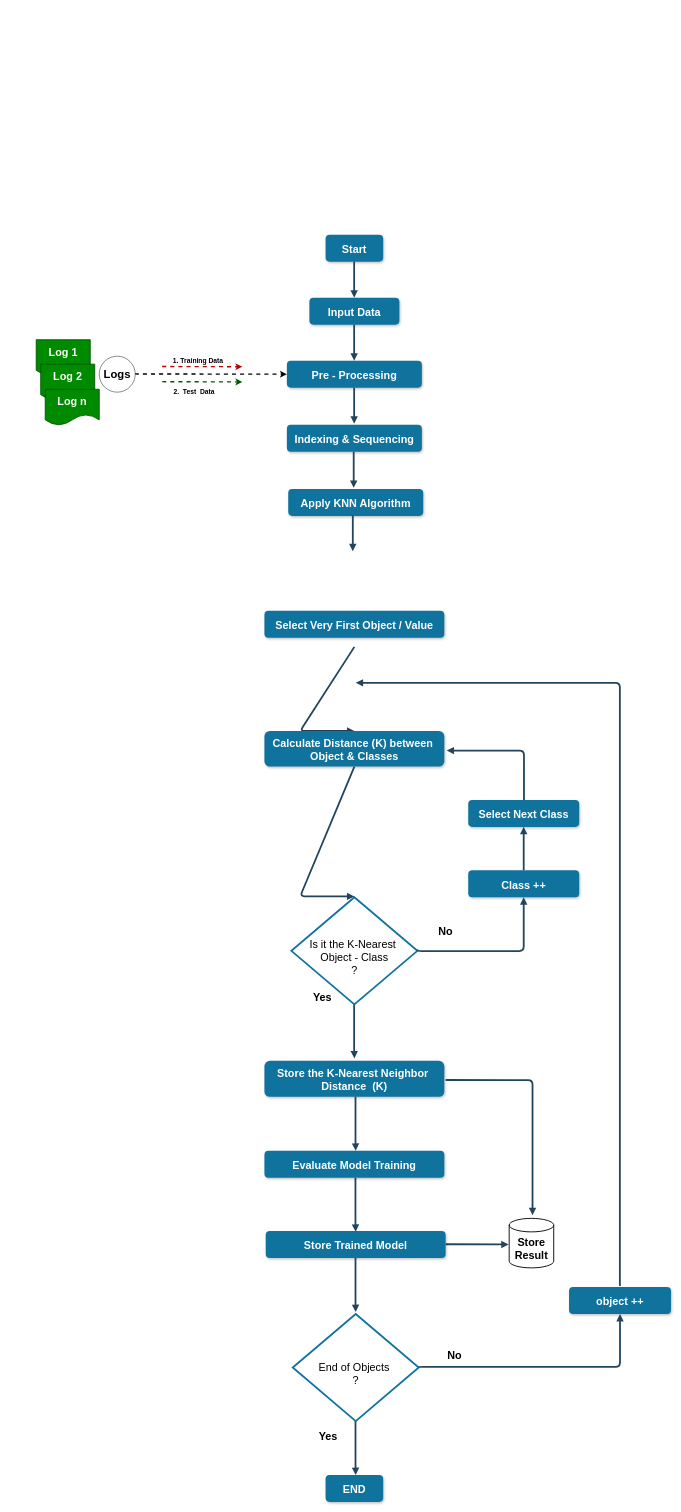
Before: KNN.drawio in Sjbill/Vishal-Deepfake-Dataset, a draw.io diagram. Source tidied: cells renumbered, new cells numbered last; positions are measured from the earlier drawing's top-left corner, leaving out a move shared by most shapes. Both pictures are drawn from the tidied source at 45%, with x=0, y=0 at pixel (36, 234).
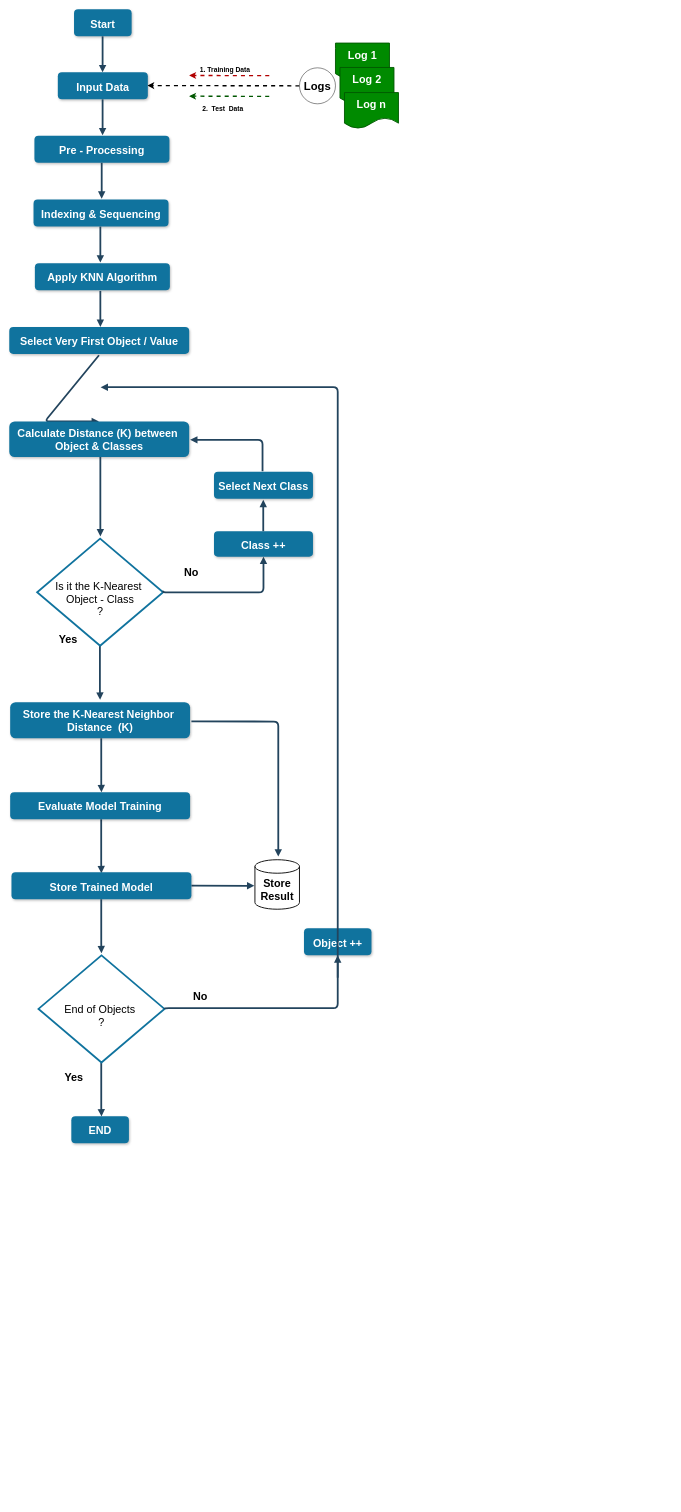
The same diagram, later.

The edit, as a diff of the source:
```diff
@@
     <mxCell id="2" value="Apply KNN Algorithm" style="rounded=1;fillColor=#10739E;strokeColor=none;shadow=1;gradientColor=none;fontStyle=1;fontColor=#FFFFFF;fontSize=24;" parent="1" vertex="1">
-      <mxGeometry x="560" y="565" width="300" height="60" as="geometry" />
+      <mxGeometry x="-3" y="63.5" width="300" height="60" as="geometry" />
     </mxCell>
     <mxCell id="3" value="Select Very First Object / Value" style="rounded=1;fillColor=#10739E;strokeColor=none;shadow=1;gradientColor=none;fontStyle=1;fontColor=#FFFFFF;fontSize=24;" parent="1" vertex="1">
-      <mxGeometry x="507.1" y="836" width="399.8" height="60" as="geometry" />
+      <mxGeometry x="-59.9" y="205" width="399.8" height="60" as="geometry" />
     </mxCell>
     <mxCell id="4" style="edgeStyle=elbowEdgeStyle;elbow=vertical;strokeWidth=4;endArrow=block;endFill=1;fontStyle=1;strokeColor=#23445D;fontSize=24;" parent="1" edge="1">
       <mxGeometry x="22" y="165.5" as="geometry">
-        <mxPoint x="707" y="916" as="sourcePoint" />
-        <mxPoint x="707" y="1103" as="targetPoint" />
+        <mxPoint x="139.5" y="268" as="sourcePoint" />
+        <mxPoint x="139.5" y="415" as="targetPoint" />
         <Array as="points">
-          <mxPoint x="586.5" y="1103" />
+          <mxPoint x="19" y="415" />
         </Array>
       </mxGeometry>
     </mxCell>
     <mxCell id="5" value="&lt;b style=&quot;font-size: 24px;&quot;&gt;Log 1&lt;/b&gt;" style="shape=document;whiteSpace=wrap;html=1;boundedLbl=1;strokeWidth=2;fontSize=24;fillColor=#008a00;fontColor=#ffffff;strokeColor=#005700;" parent="1" vertex="1">
-      <mxGeometry y="233.5" width="120" height="80" as="geometry" />
+      <mxGeometry x="665" y="-425.8" width="120" height="80" as="geometry" />
     </mxCell>
     <mxCell id="6" value="&lt;b style=&quot;font-size: 24px;&quot;&gt;Log 2&lt;/b&gt;" style="shape=document;whiteSpace=wrap;html=1;boundedLbl=1;strokeWidth=2;fontSize=24;fillColor=#008a00;fontColor=#ffffff;strokeColor=#005700;" parent="1" vertex="1">
-      <mxGeometry x="10" y="287.7" width="120" height="80" as="geometry" />
+      <mxGeometry x="675" y="-371.6" width="120" height="80" as="geometry" />
     </mxCell>
     <mxCell id="7" style="endArrow=classic;html=1;rounded=0;entryX=1;entryY=0.5;entryDx=0;entryDy=0;dashed=1;strokeWidth=3;fontSize=24;" parent="1" edge="1">
       <mxGeometry relative="1" as="geometry">
-        <mxPoint x="219" y="309.5" as="sourcePoint" />
-        <mxPoint x="557" y="310" as="targetPoint" />
+        <mxPoint x="585" y="-330.8" as="sourcePoint" />
+        <mxPoint x="247" y="-331.3" as="targetPoint" />
       </mxGeometry>
     </mxCell>
     <mxCell id="8" value="Input Data" style="rounded=1;fillColor=#10739E;strokeColor=none;shadow=1;gradientColor=none;fontStyle=1;fontColor=#FFFFFF;fontSize=24;" parent="1" vertex="1">
-      <mxGeometry x="607" y="140" width="200" height="60" as="geometry" />
+      <mxGeometry x="48" y="-360.8" width="200" height="60" as="geometry" />
     </mxCell>
     <mxCell id="9" style="edgeStyle=elbowEdgeStyle;elbow=vertical;strokeWidth=4;endArrow=block;endFill=1;fontStyle=1;strokeColor=#23445D;fontSize=24;" parent="1" edge="1">
       <mxGeometry x="22" y="165.5" as="geometry">
-        <mxPoint x="706.5" y="200" as="sourcePoint" />
-        <mxPoint x="706.5" y="280" as="targetPoint" />
+        <mxPoint x="147.5" y="-300.8" as="sourcePoint" />
+        <mxPoint x="147.5" y="-220.8" as="targetPoint" />
       </mxGeometry>
     </mxCell>
     <mxCell id="10" value="Start" style="rounded=1;fillColor=#10739E;strokeColor=none;shadow=1;gradientColor=none;fontStyle=1;fontColor=#FFFFFF;fontSize=24;" parent="1" vertex="1">
-      <mxGeometry x="643" width="128" height="60" as="geometry" />
+      <mxGeometry x="84" y="-500.8" width="128" height="60" as="geometry" />
     </mxCell>
     <mxCell id="11" style="edgeStyle=elbowEdgeStyle;elbow=vertical;strokeWidth=4;endArrow=block;endFill=1;fontStyle=1;strokeColor=#23445D;fontSize=24;" parent="1" edge="1">
       <mxGeometry x="22" y="165.5" as="geometry">
-        <mxPoint x="706.5" y="60" as="sourcePoint" />
-        <mxPoint x="706.5" y="140" as="targetPoint" />
+        <mxPoint x="147.5" y="-440.8" as="sourcePoint" />
+        <mxPoint x="147.5" y="-360.8" as="targetPoint" />
       </mxGeometry>
     </mxCell>
     <mxCell id="12" style="edgeStyle=elbowEdgeStyle;elbow=vertical;strokeWidth=4;endArrow=block;endFill=1;fontStyle=1;strokeColor=#23445D;fontSize=24;" parent="1" edge="1">
       <mxGeometry x="22" y="165.5" as="geometry">
-        <mxPoint x="706.5" y="1710.5" as="sourcePoint" />
-        <mxPoint x="707" y="1830.5" as="targetPoint" />
+        <mxPoint x="141.5" y="913.5" as="sourcePoint" />
+        <mxPoint x="142" y="1033.5" as="targetPoint" />
         <Array as="points">
-          <mxPoint x="695" y="1810.5" />
+          <mxPoint x="130" y="1013.5" />
         </Array>
       </mxGeometry>
     </mxCell>
     <mxCell id="13" value="&lt;b style=&quot;font-size: 24px;&quot;&gt;Yes&lt;/b&gt;" style="text;html=1;align=center;verticalAlign=middle;whiteSpace=wrap;rounded=0;fontSize=24;" parent="1" vertex="1">
-      <mxGeometry x="606" y="1680.5" width="60" height="30" as="geometry" />
+      <mxGeometry x="41" y="883.5" width="60" height="30" as="geometry" />
     </mxCell>
     <mxCell id="14" value="&lt;b style=&quot;font-size: 24px;&quot;&gt;No&lt;/b&gt;" style="text;html=1;align=center;verticalAlign=middle;whiteSpace=wrap;rounded=0;fontSize=24;" parent="1" vertex="1">
-      <mxGeometry x="880" y="1533" width="60" height="30" as="geometry" />
+      <mxGeometry x="315" y="736" width="60" height="30" as="geometry" />
     </mxCell>
     <mxCell id="15" value="&lt;b style=&quot;font-size: 24px;&quot;&gt;Log n&lt;/b&gt;" style="shape=document;whiteSpace=wrap;html=1;boundedLbl=1;strokeWidth=2;fontSize=24;fillColor=#008a00;fontColor=#ffffff;strokeColor=#005700;" parent="1" vertex="1">
-      <mxGeometry x="20" y="343.5" width="120" height="80" as="geometry" />
+      <mxGeometry x="685" y="-315.8" width="120" height="80" as="geometry" />
     </mxCell>
     <mxCell id="16" value="&lt;div&gt;&lt;br&gt;&lt;/div&gt;&lt;div&gt;Is it the K-Nearest&amp;nbsp;&lt;/div&gt;&lt;div&gt;Object - Class&lt;/div&gt;&lt;div&gt;?&lt;/div&gt;" style="rhombus;whiteSpace=wrap;html=1;strokeWidth=4;strokeColor=#10739E;fontSize=24;" parent="1" vertex="1">
-      <mxGeometry x="567" y="1472.5" width="280" height="238" as="geometry" />
+      <mxGeometry x="2" y="675.5" width="280" height="238" as="geometry" />
     </mxCell>
     <mxCell id="17" style="edgeStyle=elbowEdgeStyle;elbow=vertical;strokeWidth=4;endArrow=block;endFill=1;fontStyle=1;strokeColor=#23445D;fontSize=24;" parent="1" edge="1">
       <mxGeometry x="22" y="165.5" as="geometry">
-        <mxPoint x="709.4" y="2096" as="sourcePoint" />
-        <mxPoint x="709.9" y="2216" as="targetPoint" />
+        <mxPoint x="144.4" y="1299" as="sourcePoint" />
+        <mxPoint x="144.9" y="1419" as="targetPoint" />
         <Array as="points">
-          <mxPoint x="697.9" y="2196" />
+          <mxPoint x="132.9" y="1399" />
         </Array>
       </mxGeometry>
     </mxCell>
     <mxCell id="18" style="edgeStyle=elbowEdgeStyle;elbow=vertical;strokeWidth=4;endArrow=block;endFill=1;fontStyle=1;strokeColor=#23445D;fontSize=24;" parent="1" edge="1">
       <mxGeometry x="22" y="165.5" as="geometry">
-        <mxPoint x="703.5" y="623.5" as="sourcePoint" />
-        <mxPoint x="703.5" y="703.5" as="targetPoint" />
+        <mxPoint x="142.5" y="125" as="sourcePoint" />
+        <mxPoint x="142.5" y="205" as="targetPoint" />
       </mxGeometry>
     </mxCell>
     <mxCell id="19" value="&lt;b style=&quot;font-size: 24px;&quot;&gt;Store Result&lt;/b&gt;" style="shape=cylinder3;whiteSpace=wrap;html=1;boundedLbl=1;backgroundOutline=1;size=15;strokeWidth=2;fontSize=24;" parent="1" vertex="1">
-      <mxGeometry x="1051" y="2186" width="99" height="110" as="geometry" />
+      <mxGeometry x="486" y="1389" width="99" height="110" as="geometry" />
     </mxCell>
     <mxCell id="20" style="edgeStyle=elbowEdgeStyle;elbow=vertical;strokeWidth=4;endArrow=block;endFill=1;fontStyle=1;strokeColor=#23445D;fontSize=24;" parent="1" edge="1">
       <mxGeometry x="22" y="165.5" as="geometry">
-        <mxPoint x="909.8" y="2243.5" as="sourcePoint" />
-        <mxPoint x="1049.8" y="2243.5" as="targetPoint" />
+        <mxPoint x="344.8" y="1446.5" as="sourcePoint" />
+        <mxPoint x="484.8" y="1446.5" as="targetPoint" />
       </mxGeometry>
     </mxCell>
     <mxCell id="21" value="&lt;b&gt;&lt;font style=&quot;font-size: 25px;&quot;&gt;Logs&lt;/font&gt;&lt;/b&gt;" style="ellipse;whiteSpace=wrap;html=1;" parent="1" vertex="1">
-      <mxGeometry x="140" y="270" width="80" height="80" as="geometry" />
+      <mxGeometry x="585" y="-370.8" width="80" height="80" as="geometry" />
     </mxCell>
     <mxCell id="22" style="edgeStyle=elbowEdgeStyle;elbow=vertical;strokeWidth=4;endArrow=block;endFill=1;fontStyle=1;strokeColor=#23445D;fontSize=24;exitX=1;exitY=0.5;exitDx=0;exitDy=0;entryX=0.5;entryY=1;entryDx=0;entryDy=0;" parent="1" edge="1" target="37">
       <mxGeometry x="22" y="165.5" as="geometry">
-        <mxPoint x="847" y="1588.5" as="sourcePoint" />
+        <mxPoint x="282" y="791.5" as="sourcePoint" />
         <Array as="points">
-          <mxPoint x="1082" y="1592" />
+          <mxPoint x="517" y="795" />
         </Array>
       </mxGeometry>
     </mxCell>
     <mxCell id="23" value="Calculate Distance (K) between &#10;Object &amp; Classes" style="rounded=1;fillColor=#10739E;strokeColor=none;shadow=1;gradientColor=none;fontStyle=1;fontColor=#FFFFFF;fontSize=24;" parent="1" vertex="1">
-      <mxGeometry x="507.1" y="1103" width="399.8" height="79" as="geometry" />
+      <mxGeometry x="-59.9" y="415" width="399.8" height="79" as="geometry" />
     </mxCell>
-    <mxCell id="24" style="edgeStyle=elbowEdgeStyle;elbow=vertical;strokeWidth=4;endArrow=block;endFill=1;fontStyle=1;strokeColor=#23445D;fontSize=24;exitX=0.5;exitY=1;exitDx=0;exitDy=0;" parent="1" edge="1" source="23">
+    <mxCell id="24" style="edgeStyle=elbowEdgeStyle;elbow=vertical;strokeWidth=4;endArrow=block;endFill=1;fontStyle=1;strokeColor=#23445D;fontSize=24;" parent="1" edge="1">
       <mxGeometry x="22" y="165.5" as="geometry">
-        <mxPoint x="707" y="1470.5" as="targetPoint" />
+        <mxPoint x="142.5" y="494" as="sourcePoint" />
+        <mxPoint x="143" y="670.5" as="targetPoint" />
         <Array as="points">
-          <mxPoint x="586.5" y="1470.5" />
+          <mxPoint x="22.5" y="670.5" />
         </Array>
       </mxGeometry>
     </mxCell>
     <mxCell id="25" value="Evaluate Model Training" style="rounded=1;fillColor=#10739E;strokeColor=none;shadow=1;gradientColor=none;fontStyle=1;fontColor=#FFFFFF;fontSize=24;" parent="1" vertex="1">
-      <mxGeometry x="507.1" y="2036" width="399.8" height="60" as="geometry" />
+      <mxGeometry x="-57.9" y="1239" width="399.8" height="60" as="geometry" />
     </mxCell>
     <mxCell id="26" value="Store Trained Model" style="rounded=1;fillColor=#10739E;strokeColor=none;shadow=1;gradientColor=none;fontStyle=1;fontColor=#FFFFFF;fontSize=24;" parent="1" vertex="1">
-      <mxGeometry x="510" y="2214" width="399.8" height="60" as="geometry" />
+      <mxGeometry x="-55" y="1417" width="399.8" height="60" as="geometry" />
     </mxCell>
-    <mxCell id="27" style="edgeStyle=elbowEdgeStyle;elbow=vertical;strokeWidth=4;endArrow=block;endFill=1;fontStyle=1;strokeColor=#23445D;fontSize=24;" parent="1" edge="1">
+    <mxCell id="27" style="edgeStyle=elbowEdgeStyle;elbow=vertical;strokeWidth=4;endArrow=block;endFill=1;fontStyle=1;strokeColor=#23445D;fontSize=24;exitX=0.5;exitY=0;exitDx=0;exitDy=0;" parent="1" edge="1">
       <mxGeometry x="22" y="165.5" as="geometry">
-        <mxPoint x="1083.9" y="1256" as="sourcePoint" />
-        <mxPoint x="912" y="1146.5" as="targetPoint" />
+        <mxPoint x="502.9" y="526" as="sourcePoint" />
+        <mxPoint x="341.9" y="456" as="targetPoint" />
         <Array as="points">
-          <mxPoint x="1052" y="1146.5" />
+          <mxPoint x="432.9" y="456" />
         </Array>
       </mxGeometry>
     </mxCell>
     <mxCell id="28" value="Pre - Processing" style="rounded=1;fillColor=#10739E;strokeColor=none;shadow=1;gradientColor=none;fontStyle=1;fontColor=#FFFFFF;fontSize=24;" parent="1" vertex="1">
-      <mxGeometry x="557" y="280" width="300" height="60" as="geometry" />
+      <mxGeometry x="-4" y="-219.8" width="300" height="60" as="geometry" />
     </mxCell>
     <mxCell id="29" style="edgeStyle=elbowEdgeStyle;elbow=vertical;strokeWidth=4;endArrow=block;endFill=1;fontStyle=1;strokeColor=#23445D;fontSize=24;" parent="1" edge="1">
       <mxGeometry x="22" y="165.5" as="geometry">
-        <mxPoint x="706.5" y="340" as="sourcePoint" />
-        <mxPoint x="706.5" y="420" as="targetPoint" />
+        <mxPoint x="145.5" y="-159.8" as="sourcePoint" />
+        <mxPoint x="145.5" y="-79.8" as="targetPoint" />
       </mxGeometry>
     </mxCell>
     <mxCell id="30" value="Indexing &amp; Sequencing" style="rounded=1;fillColor=#10739E;strokeColor=none;shadow=1;gradientColor=none;fontStyle=1;fontColor=#FFFFFF;fontSize=24;" parent="1" vertex="1">
-      <mxGeometry x="557" y="422.5" width="300" height="60" as="geometry" />
+      <mxGeometry x="-6" y="-78" width="300" height="60" as="geometry" />
     </mxCell>
     <mxCell id="31" value="&lt;font style=&quot;font-size: 15px;&quot;&gt;1. Training Data&lt;/font&gt;" style="text;html=1;align=center;verticalAlign=middle;whiteSpace=wrap;rounded=0;fontStyle=1;" parent="1" vertex="1">
-      <mxGeometry x="280" y="260" width="160" height="40" as="geometry" />
+      <mxGeometry x="339.9" y="-386.8" width="160" height="40" as="geometry" />
     </mxCell>
+    <mxCell id="33" style="endArrow=classic;html=1;rounded=0;entryX=1;entryY=0.5;entryDx=0;entryDy=0;dashed=1;strokeWidth=3;fontSize=24;fillColor=#e51400;strokeColor=#B20000;" parent="1" edge="1">
+      <mxGeometry relative="1" as="geometry">
+        <mxPoint x="517.9" y="-353.3" as="sourcePoint" />
+        <mxPoint x="339.9" y="-353.8" as="targetPoint" />
+      </mxGeometry>
+    </mxCell>
     <mxCell id="32" value="&lt;font style=&quot;font-size: 15px;&quot;&gt;2.&amp;nbsp; Test&amp;nbsp; Data&lt;/font&gt;" style="text;html=1;align=center;verticalAlign=middle;whiteSpace=wrap;rounded=0;fontStyle=1;" parent="1" vertex="1">
-      <mxGeometry x="271" y="327.7" width="160" height="40" as="geometry" />
+      <mxGeometry x="335" y="-300.8" width="160" height="40" as="geometry" />
     </mxCell>
-    <mxCell id="33" style="endArrow=classic;html=1;rounded=0;entryX=1;entryY=0.5;entryDx=0;entryDy=0;dashed=1;strokeWidth=3;fontSize=24;fillColor=#e51400;strokeColor=#B20000;" parent="1" edge="1">
-      <mxGeometry relative="1" as="geometry">
-        <mxPoint x="280" y="293" as="sourcePoint" />
-        <mxPoint x="458" y="293.5" as="targetPoint" />
-      </mxGeometry>
-    </mxCell>
     <mxCell id="34" style="endArrow=classic;html=1;rounded=0;entryX=1;entryY=0.5;entryDx=0;entryDy=0;dashed=1;strokeWidth=3;fontSize=24;fillColor=#008a00;strokeColor=#005700;" parent="1" edge="1">
       <mxGeometry relative="1" as="geometry">
-        <mxPoint x="280" y="326.7" as="sourcePoint" />
-        <mxPoint x="458" y="327.2" as="targetPoint" />
+        <mxPoint x="517.8" y="-307.3" as="sourcePoint" />
+        <mxPoint x="339.8" y="-307.8" as="targetPoint" />
       </mxGeometry>
     </mxCell>
     <mxCell id="35" style="edgeStyle=elbowEdgeStyle;elbow=vertical;strokeWidth=4;endArrow=block;endFill=1;fontStyle=1;strokeColor=#23445D;fontSize=24;" parent="1" edge="1">
       <mxGeometry x="22" y="165.5" as="geometry">
-        <mxPoint x="705.5" y="482.5" as="sourcePoint" />
-        <mxPoint x="705.5" y="562.5" as="targetPoint" />
+        <mxPoint x="142.5" y="-18" as="sourcePoint" />
+        <mxPoint x="142.5" y="62" as="targetPoint" />
       </mxGeometry>
     </mxCell>
-    <mxCell id="36" value="Select Next Class" style="rounded=1;fillColor=#10739E;strokeColor=none;shadow=1;gradientColor=none;fontStyle=1;fontColor=#FFFFFF;fontSize=24;" parent="1" vertex="1">
-      <mxGeometry x="960" y="1256" width="246.6" height="60" as="geometry" />
-    </mxCell>
     <mxCell id="37" value="Class ++" style="rounded=1;fillColor=#10739E;strokeColor=none;shadow=1;gradientColor=none;fontStyle=1;fontColor=#FFFFFF;fontSize=24;" parent="1" vertex="1">
-      <mxGeometry x="960" y="1412.5" width="246.6" height="60" as="geometry" />
+      <mxGeometry x="395" y="659" width="220" height="56.5" as="geometry" />
     </mxCell>
-    <mxCell id="38" style="edgeStyle=elbowEdgeStyle;elbow=vertical;strokeWidth=4;endArrow=block;endFill=1;fontStyle=1;strokeColor=#23445D;fontSize=24;entryX=0.5;entryY=1;entryDx=0;entryDy=0;exitX=0.5;exitY=0;exitDx=0;exitDy=0;" parent="1" edge="1" source="37" target="36">
-      <mxGeometry x="22" y="165.5" as="geometry" />
-    </mxCell>
     <mxCell id="39" value="&#10;Store the K-Nearest Neighbor &#10;Distance  (K)&#10; " style="rounded=1;fillColor=#10739E;strokeColor=none;shadow=1;gradientColor=none;fontStyle=1;fontColor=#FFFFFF;fontSize=24;align=center;" parent="1" vertex="1">
-      <mxGeometry x="507.1" y="1836" width="399.8" height="80" as="geometry" />
+      <mxGeometry x="-57.9" y="1039" width="399.8" height="80" as="geometry" />
     </mxCell>
     <mxCell id="40" style="edgeStyle=elbowEdgeStyle;elbow=vertical;strokeWidth=4;endArrow=block;endFill=1;fontStyle=1;strokeColor=#23445D;fontSize=24;" parent="1" edge="1">
       <mxGeometry x="22" y="165.5" as="geometry">
-        <mxPoint x="709.5" y="1916" as="sourcePoint" />
-        <mxPoint x="710" y="2036" as="targetPoint" />
+        <mxPoint x="144.5" y="1119" as="sourcePoint" />
+        <mxPoint x="145" y="1239" as="targetPoint" />
         <Array as="points">
-          <mxPoint x="698" y="2016" />
+          <mxPoint x="133" y="1219" />
         </Array>
       </mxGeometry>
     </mxCell>
     <mxCell id="41" style="edgeStyle=elbowEdgeStyle;elbow=vertical;strokeWidth=4;endArrow=block;endFill=1;fontStyle=1;strokeColor=#23445D;fontSize=24;" parent="1" edge="1">
       <mxGeometry x="22" y="165.5" as="geometry">
-        <mxPoint x="909.8" y="1878.5" as="sourcePoint" />
-        <mxPoint x="1102.9" y="2179" as="targetPoint" />
+        <mxPoint x="344.8" y="1081.5" as="sourcePoint" />
+        <mxPoint x="537.9" y="1382" as="targetPoint" />
         <Array as="points">
-          <mxPoint x="1020" y="1879" />
+          <mxPoint x="455" y="1082" />
         </Array>
       </mxGeometry>
     </mxCell>
     <mxCell id="42" style="edgeStyle=elbowEdgeStyle;elbow=vertical;strokeWidth=4;endArrow=block;endFill=1;fontStyle=1;strokeColor=#23445D;fontSize=24;" parent="1" edge="1">
       <mxGeometry x="22" y="165.5" as="geometry">
-        <mxPoint x="709.5" y="2636.5" as="sourcePoint" />
-        <mxPoint x="710" y="2756.5" as="targetPoint" />
+        <mxPoint x="144.5" y="1839.5" as="sourcePoint" />
+        <mxPoint x="145" y="1959.5" as="targetPoint" />
         <Array as="points">
-          <mxPoint x="698" y="2736.5" />
+          <mxPoint x="133" y="1939.5" />
         </Array>
       </mxGeometry>
     </mxCell>
     <mxCell id="43" value="&lt;b style=&quot;font-size: 24px;&quot;&gt;Yes&lt;/b&gt;" style="text;html=1;align=center;verticalAlign=middle;whiteSpace=wrap;rounded=0;fontSize=24;" parent="1" vertex="1">
-      <mxGeometry x="619" y="2656" width="60" height="30" as="geometry" />
+      <mxGeometry x="54" y="1859" width="60" height="30" as="geometry" />
     </mxCell>
     <mxCell id="44" value="&lt;b style=&quot;font-size: 24px;&quot;&gt;No&lt;/b&gt;" style="text;html=1;align=center;verticalAlign=middle;whiteSpace=wrap;rounded=0;fontSize=24;" parent="1" vertex="1">
-      <mxGeometry x="900" y="2476" width="60" height="30" as="geometry" />
+      <mxGeometry x="335" y="1679" width="60" height="30" as="geometry" />
     </mxCell>
     <mxCell id="45" value="&lt;div&gt;&lt;br&gt;&lt;/div&gt;&lt;div&gt;End of Objects&amp;nbsp;&lt;/div&gt;&lt;div&gt;?&lt;/div&gt;" style="rhombus;whiteSpace=wrap;html=1;strokeWidth=4;strokeColor=#10739E;fontSize=24;" parent="1" vertex="1">
-      <mxGeometry x="570" y="2398.5" width="280" height="238" as="geometry" />
+      <mxGeometry x="5" y="1601.5" width="280" height="238" as="geometry" />
     </mxCell>
     <mxCell id="46" style="edgeStyle=elbowEdgeStyle;elbow=vertical;strokeWidth=4;endArrow=block;endFill=1;fontStyle=1;strokeColor=#23445D;fontSize=24;entryX=0.5;entryY=1;entryDx=0;entryDy=0;exitX=1;exitY=0.5;exitDx=0;exitDy=0;" parent="1" edge="1" source="45" target="47">
       <mxGeometry x="22" y="165.5" as="geometry">
         <Array as="points">
-          <mxPoint x="1080" y="2516" />
+          <mxPoint x="515" y="1719" />
         </Array>
       </mxGeometry>
     </mxCell>
-    <mxCell id="47" value="object ++" style="rounded=1;fillColor=#10739E;strokeColor=none;shadow=1;gradientColor=none;fontStyle=1;fontColor=#FFFFFF;fontSize=24;" parent="1" vertex="1">
-      <mxGeometry x="1184" y="2338.5" width="226.6" height="60" as="geometry" />
+    <mxCell id="47" value="Object ++" style="rounded=1;fillColor=#10739E;strokeColor=none;shadow=1;gradientColor=none;fontStyle=1;fontColor=#FFFFFF;fontSize=24;" parent="1" vertex="1">
+      <mxGeometry x="595" y="1541.5" width="150" height="60" as="geometry" />
     </mxCell>
     <mxCell id="48" style="edgeStyle=elbowEdgeStyle;elbow=vertical;strokeWidth=4;endArrow=block;endFill=1;fontStyle=1;strokeColor=#23445D;fontSize=24;" parent="1" edge="1">
       <mxGeometry x="22" y="165.5" as="geometry">
-        <mxPoint x="709.5" y="2274" as="sourcePoint" />
-        <mxPoint x="710" y="2394" as="targetPoint" />
+        <mxPoint x="144.5" y="1477" as="sourcePoint" />
+        <mxPoint x="145" y="1597" as="targetPoint" />
         <Array as="points">
-          <mxPoint x="698" y="2374" />
+          <mxPoint x="133" y="1577" />
         </Array>
       </mxGeometry>
     </mxCell>
     <mxCell id="49" style="edgeStyle=elbowEdgeStyle;elbow=vertical;strokeWidth=4;endArrow=block;endFill=1;fontStyle=1;strokeColor=#23445D;fontSize=24;" parent="1" edge="1">
       <mxGeometry x="22" y="165.5" as="geometry">
-        <mxPoint x="1297" y="2336" as="sourcePoint" />
-        <mxPoint x="710" y="996" as="targetPoint" />
+        <mxPoint x="670" y="1651.5" as="sourcePoint" />
+        <mxPoint x="143" y="339" as="targetPoint" />
         <Array as="points">
-          <mxPoint x="1250" y="996" />
+          <mxPoint x="623" y="339" />
         </Array>
       </mxGeometry>
     </mxCell>
     <mxCell id="50" value="END" style="rounded=1;fillColor=#10739E;strokeColor=none;shadow=1;gradientColor=none;fontStyle=1;fontColor=#FFFFFF;fontSize=24;" parent="1" vertex="1">
-      <mxGeometry x="643" y="2756" width="128" height="60" as="geometry" />
+      <mxGeometry x="78" y="1959" width="128" height="60" as="geometry" />
     </mxCell>
+    <mxCell id="51" style="edgeStyle=elbowEdgeStyle;elbow=vertical;strokeWidth=4;endArrow=block;endFill=1;fontStyle=1;strokeColor=#23445D;fontSize=24;entryX=0.5;entryY=1;entryDx=0;entryDy=0;" parent="1" edge="1">
+      <mxGeometry x="22" y="165.5" as="geometry">
+        <mxPoint x="504.5" y="659" as="sourcePoint" />
+        <mxPoint x="504.5" y="589" as="targetPoint" />
+      </mxGeometry>
+    </mxCell>
+    <mxCell id="36" value="Select Next Class" style="rounded=1;fillColor=#10739E;strokeColor=none;shadow=1;gradientColor=none;fontStyle=1;fontColor=#FFFFFF;fontSize=24;" parent="1" vertex="1">
+      <mxGeometry x="395" y="527" width="220" height="60" as="geometry" />
+    </mxCell>
```
